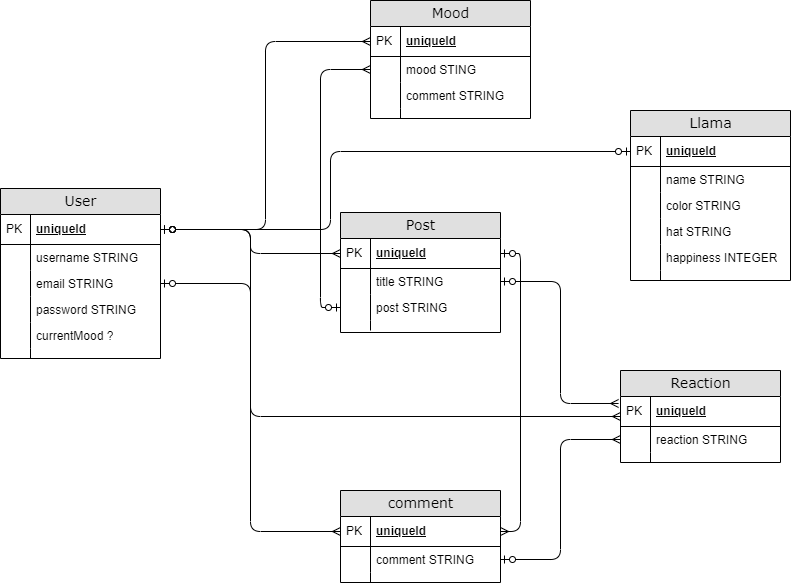
alexh3422/Anoma_Drama_Llama keeps this draw.io diagram as public/images/ERD.png. Above is the earlier version. Source tidied: cells renumbered, new cells last; positions are measured from the earlier drawing's top-left corner, leaving out a move shared by most shapes.
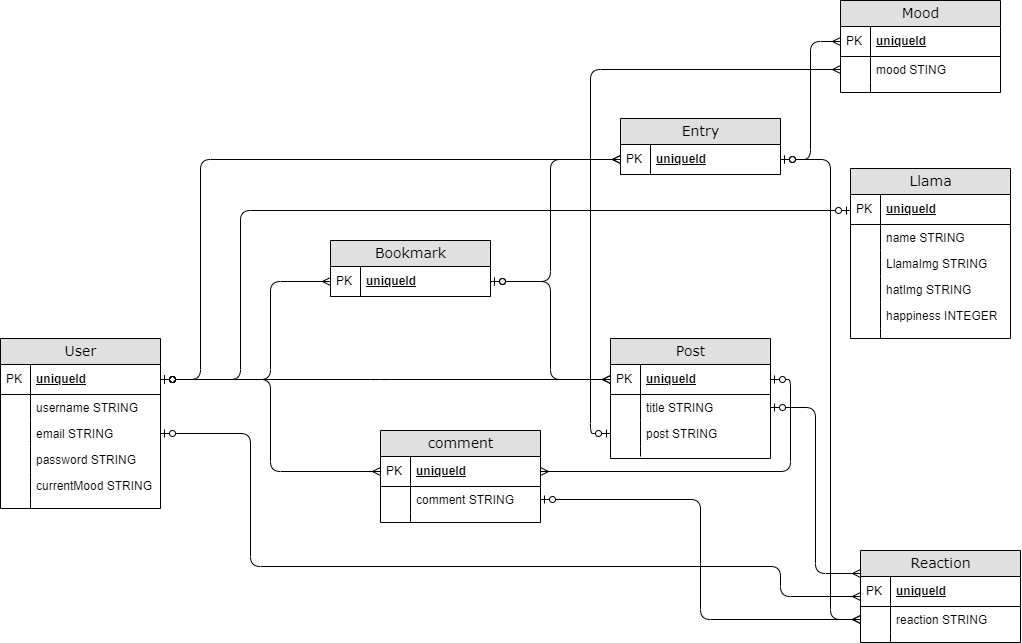
The same file after the commit.

What changed in the source:
```diff
@@ -3,7 +3,7 @@
     <mxCell id="0" />
     <mxCell id="1" parent="0" />
     <mxCell id="2" value="comment" style="swimlane;html=1;fontStyle=0;horizontal=1;startSize=26;fillColor=#e0e0e0;swimlaneFillColor=#ffffff;align=center;rounded=0;shadow=0;comic=0;labelBackgroundColor=none;strokeWidth=1;fontFamily=Verdana;fontSize=14;swimlaneLine=1;" parent="1" vertex="1">
-      <mxGeometry x="340" y="490" width="160" height="92" as="geometry" />
+      <mxGeometry x="380" y="280" width="160" height="92" as="geometry" />
     </mxCell>
     <mxCell id="3" value="uniqueId" style="shape=partialRectangle;top=0;left=0;right=0;bottom=1;html=1;align=left;verticalAlign=middle;fillColor=none;spacingLeft=34;spacingRight=4;whiteSpace=wrap;overflow=hidden;points=[[0,0.5],[1,0.5]];portConstraint=eastwest;fontStyle=5;" parent="2" vertex="1">
       <mxGeometry y="26" width="160" height="30" as="geometry" />
@@ -24,7 +24,7 @@
       <mxGeometry width="30" height="10" as="geometry" />
     </mxCell>
     <mxCell id="9" value="Post" style="swimlane;html=1;fontStyle=0;horizontal=1;startSize=26;fillColor=#e0e0e0;swimlaneFillColor=#ffffff;align=center;rounded=0;shadow=0;comic=0;labelBackgroundColor=none;strokeWidth=1;fontFamily=Verdana;fontSize=14;" parent="1" vertex="1">
-      <mxGeometry x="340" y="212" width="160" height="120" as="geometry" />
+      <mxGeometry x="610" y="188" width="160" height="120" as="geometry" />
     </mxCell>
     <mxCell id="10" value="uniqueId" style="shape=partialRectangle;top=0;left=0;right=0;bottom=1;html=1;align=left;verticalAlign=middle;fillColor=none;spacingLeft=34;spacingRight=4;whiteSpace=wrap;overflow=hidden;points=[[0,0.5],[1,0.5]];portConstraint=eastwest;fontStyle=5;" parent="9" vertex="1">
       <mxGeometry y="26" width="160" height="30" as="geometry" />
@@ -51,7 +51,7 @@
       <mxGeometry width="30" height="10" as="geometry" />
     </mxCell>
     <mxCell id="18" value="Mood" style="swimlane;html=1;fontStyle=0;horizontal=1;startSize=26;fillColor=#e0e0e0;swimlaneFillColor=#ffffff;align=center;rounded=0;shadow=0;comic=0;labelBackgroundColor=none;strokeWidth=1;fontFamily=Verdana;fontSize=14;" parent="1" vertex="1">
-      <mxGeometry x="370" width="160" height="118" as="geometry" />
+      <mxGeometry x="840" y="-150" width="160" height="92" as="geometry" />
     </mxCell>
     <mxCell id="19" value="uniqueId" style="shape=partialRectangle;top=0;left=0;right=0;bottom=1;html=1;align=left;verticalAlign=middle;fillColor=none;spacingLeft=34;spacingRight=4;whiteSpace=wrap;overflow=hidden;points=[[0,0.5],[1,0.5]];portConstraint=eastwest;fontStyle=5;" parent="18" vertex="1">
       <mxGeometry y="26" width="160" height="30" as="geometry" />
@@ -65,14 +65,8 @@
     <mxCell id="22" style="shape=partialRectangle;top=0;left=0;bottom=0;html=1;fillColor=none;align=left;verticalAlign=top;spacingLeft=4;spacingRight=4;whiteSpace=wrap;overflow=hidden;" parent="21" vertex="1">
       <mxGeometry width="30" height="26" as="geometry" />
     </mxCell>
-    <mxCell id="23" value="comment STRING&amp;nbsp;" style="shape=partialRectangle;top=0;left=0;right=0;bottom=0;html=1;align=left;verticalAlign=top;fillColor=none;spacingLeft=34;spacingRight=4;whiteSpace=wrap;overflow=hidden;" parent="18" vertex="1">
-      <mxGeometry y="82" width="160" height="26" as="geometry" />
-    </mxCell>
-    <mxCell id="24" style="shape=partialRectangle;top=0;left=0;bottom=0;html=1;fillColor=none;align=left;verticalAlign=top;spacingLeft=4;spacingRight=4;whiteSpace=wrap;overflow=hidden;" parent="23" vertex="1">
-      <mxGeometry width="30" height="26" as="geometry" />
-    </mxCell>
     <mxCell id="25" style="shape=partialRectangle;top=0;left=0;right=0;bottom=0;html=1;align=left;verticalAlign=top;fillColor=none;spacingLeft=34;spacingRight=4;whiteSpace=wrap;overflow=hidden;" parent="18" vertex="1">
-      <mxGeometry y="108" width="160" height="10" as="geometry" />
+      <mxGeometry y="82" width="160" height="10" as="geometry" />
     </mxCell>
     <mxCell id="26" style="shape=partialRectangle;top=0;left=0;bottom=0;html=1;fillColor=none;align=left;verticalAlign=top;spacingLeft=4;spacingRight=4;whiteSpace=wrap;overflow=hidden;" parent="25" vertex="1">
       <mxGeometry width="30" height="10" as="geometry" />
@@ -104,7 +98,7 @@
     <mxCell id="35" style="shape=partialRectangle;top=0;left=0;bottom=0;html=1;fillColor=none;align=left;verticalAlign=top;spacingLeft=4;spacingRight=4;whiteSpace=wrap;overflow=hidden;" parent="34" vertex="1">
       <mxGeometry width="30" height="26" as="geometry" />
     </mxCell>
-    <mxCell id="36" value="currentMood ?" style="shape=partialRectangle;top=0;left=0;right=0;bottom=0;html=1;align=left;verticalAlign=top;fillColor=none;spacingLeft=34;spacingRight=4;whiteSpace=wrap;overflow=hidden;" parent="27" vertex="1">
+    <mxCell id="36" value="currentMood STRING" style="shape=partialRectangle;top=0;left=0;right=0;bottom=0;html=1;align=left;verticalAlign=top;fillColor=none;spacingLeft=34;spacingRight=4;whiteSpace=wrap;overflow=hidden;" parent="27" vertex="1">
       <mxGeometry y="134" width="160" height="26" as="geometry" />
     </mxCell>
     <mxCell id="37" style="shape=partialRectangle;top=0;left=0;bottom=0;html=1;fillColor=none;align=left;verticalAlign=top;spacingLeft=4;spacingRight=4;whiteSpace=wrap;overflow=hidden;" parent="36" vertex="1">
@@ -117,7 +111,7 @@
       <mxGeometry width="30" height="10" as="geometry" />
     </mxCell>
     <mxCell id="40" value="Reaction" style="swimlane;html=1;fontStyle=0;horizontal=1;startSize=26;fillColor=#e0e0e0;swimlaneFillColor=#ffffff;align=center;rounded=0;shadow=0;comic=0;labelBackgroundColor=none;strokeWidth=1;fontFamily=Verdana;fontSize=14;swimlaneLine=1;" parent="1" vertex="1">
-      <mxGeometry x="620" y="370" width="160" height="92" as="geometry" />
+      <mxGeometry x="860" y="400" width="160" height="92" as="geometry" />
     </mxCell>
     <mxCell id="41" value="uniqueId" style="shape=partialRectangle;top=0;left=0;right=0;bottom=1;html=1;align=left;verticalAlign=middle;fillColor=none;spacingLeft=34;spacingRight=4;whiteSpace=wrap;overflow=hidden;points=[[0,0.5],[1,0.5]];portConstraint=eastwest;fontStyle=5;" parent="40" vertex="1">
       <mxGeometry y="26" width="160" height="30" as="geometry" />
@@ -138,7 +132,12 @@
       <mxGeometry width="30" height="10" as="geometry" />
     </mxCell>
     <mxCell id="47" style="edgeStyle=orthogonalEdgeStyle;jettySize=auto;html=1;exitX=1;exitY=0.5;exitDx=0;exitDy=0;entryX=0;entryY=0.5;entryDx=0;entryDy=0;startArrow=ERzeroToOne;startFill=0;endArrow=ERmany;endFill=0;rounded=1;" parent="1" edge="1" source="28" target="10">
-      <mxGeometry relative="1" as="geometry" />
+      <mxGeometry relative="1" as="geometry">
+        <Array as="points">
+          <mxPoint x="380" y="229" />
+          <mxPoint x="380" y="229" />
+        </Array>
+      </mxGeometry>
     </mxCell>
     <mxCell id="48" style="edgeStyle=orthogonalEdgeStyle;rounded=1;jettySize=auto;html=1;exitX=1;exitY=0.5;exitDx=0;exitDy=0;entryX=0;entryY=0.5;entryDx=0;entryDy=0;startArrow=ERzeroToOne;startFill=0;endArrow=ERmany;endFill=0;" parent="1" edge="1" source="28" target="3">
       <mxGeometry relative="1" as="geometry" />
@@ -146,25 +145,32 @@
     <mxCell id="49" style="edgeStyle=orthogonalEdgeStyle;rounded=1;jettySize=auto;html=1;exitX=1;exitY=0.5;exitDx=0;exitDy=0;entryX=1;entryY=0.5;entryDx=0;entryDy=0;startArrow=ERzeroToOne;startFill=0;endArrow=ERmany;endFill=0;" parent="1" edge="1" source="10" target="3">
       <mxGeometry relative="1" as="geometry" />
     </mxCell>
-    <mxCell id="50" style="edgeStyle=orthogonalEdgeStyle;rounded=1;jettySize=auto;html=1;exitX=1;exitY=0.5;exitDx=0;exitDy=0;entryX=0;entryY=0.5;entryDx=0;entryDy=0;startArrow=ERzeroToOne;startFill=0;endArrow=ERmany;endFill=0;" parent="1" edge="1" source="28" target="19">
-      <mxGeometry relative="1" as="geometry" />
+    <mxCell id="50" style="edgeStyle=orthogonalEdgeStyle;rounded=1;jettySize=auto;html=1;exitX=1;exitY=0.5;exitDx=0;exitDy=0;entryX=0;entryY=0.5;entryDx=0;entryDy=0;startArrow=ERzeroToOne;startFill=0;endArrow=ERmany;endFill=0;" parent="1" edge="1" source="28" target="70">
+      <mxGeometry relative="1" as="geometry">
+        <Array as="points">
+          <mxPoint x="200" y="229" />
+          <mxPoint x="200" y="9" />
+        </Array>
+      </mxGeometry>
     </mxCell>
     <mxCell id="51" style="edgeStyle=orthogonalEdgeStyle;rounded=1;jettySize=auto;html=1;exitX=1;exitY=0.5;exitDx=0;exitDy=0;entryX=0;entryY=0.5;entryDx=0;entryDy=0;startArrow=ERzeroToOne;startFill=0;endArrow=ERmany;endFill=0;" parent="1" edge="1" source="32" target="40">
       <mxGeometry relative="1" as="geometry">
         <Array as="points">
           <mxPoint x="250" y="283" />
           <mxPoint x="250" y="416" />
+          <mxPoint x="780" y="416" />
+          <mxPoint x="780" y="446" />
         </Array>
       </mxGeometry>
     </mxCell>
     <mxCell id="52" style="edgeStyle=orthogonalEdgeStyle;rounded=1;jettySize=auto;html=1;exitX=1;exitY=0.5;exitDx=0;exitDy=0;entryX=0;entryY=0.5;entryDx=0;entryDy=0;startArrow=ERzeroToOne;startFill=0;endArrow=ERmany;endFill=0;" parent="1" edge="1" source="5" target="43">
       <mxGeometry relative="1" as="geometry" />
     </mxCell>
-    <mxCell id="53" style="edgeStyle=orthogonalEdgeStyle;rounded=1;jettySize=auto;html=1;exitX=1;exitY=0.5;exitDx=0;exitDy=0;entryX=-0.012;entryY=0.233;entryDx=0;entryDy=0;entryPerimeter=0;startArrow=ERzeroToOne;startFill=0;endArrow=ERmany;endFill=0;" parent="1" edge="1" source="12" target="41">
+    <mxCell id="53" style="edgeStyle=orthogonalEdgeStyle;rounded=1;jettySize=auto;html=1;exitX=1;exitY=0.5;exitDx=0;exitDy=0;entryX=0;entryY=0.25;entryDx=0;entryDy=0;startArrow=ERzeroToOne;startFill=0;endArrow=ERmany;endFill=0;" parent="1" edge="1" source="12" target="40">
       <mxGeometry relative="1" as="geometry" />
     </mxCell>
     <mxCell id="54" value="Llama" style="swimlane;html=1;fontStyle=0;horizontal=1;startSize=26;fillColor=#e0e0e0;swimlaneFillColor=#ffffff;align=center;rounded=0;shadow=0;comic=0;labelBackgroundColor=none;strokeWidth=1;fontFamily=Verdana;fontSize=14;" parent="1" vertex="1">
-      <mxGeometry x="630" y="110" width="160" height="170" as="geometry" />
+      <mxGeometry x="850" y="18" width="160" height="170" as="geometry" />
     </mxCell>
     <mxCell id="55" value="uniqueId" style="shape=partialRectangle;top=0;left=0;right=0;bottom=1;html=1;align=left;verticalAlign=middle;fillColor=none;spacingLeft=34;spacingRight=4;whiteSpace=wrap;overflow=hidden;points=[[0,0.5],[1,0.5]];portConstraint=eastwest;fontStyle=5;" parent="54" vertex="1">
       <mxGeometry y="26" width="160" height="30" as="geometry" />
@@ -178,13 +184,13 @@
     <mxCell id="58" style="shape=partialRectangle;top=0;left=0;bottom=0;html=1;fillColor=none;align=left;verticalAlign=top;spacingLeft=4;spacingRight=4;whiteSpace=wrap;overflow=hidden;" parent="57" vertex="1">
       <mxGeometry width="30" height="26" as="geometry" />
     </mxCell>
-    <mxCell id="59" value="color STRING" style="shape=partialRectangle;top=0;left=0;right=0;bottom=0;html=1;align=left;verticalAlign=top;fillColor=none;spacingLeft=34;spacingRight=4;whiteSpace=wrap;overflow=hidden;" parent="54" vertex="1">
+    <mxCell id="59" value="LlamaImg STRING" style="shape=partialRectangle;top=0;left=0;right=0;bottom=0;html=1;align=left;verticalAlign=top;fillColor=none;spacingLeft=34;spacingRight=4;whiteSpace=wrap;overflow=hidden;" parent="54" vertex="1">
       <mxGeometry y="82" width="160" height="26" as="geometry" />
     </mxCell>
     <mxCell id="60" style="shape=partialRectangle;top=0;left=0;bottom=0;html=1;fillColor=none;align=left;verticalAlign=top;spacingLeft=4;spacingRight=4;whiteSpace=wrap;overflow=hidden;" parent="59" vertex="1">
       <mxGeometry width="30" height="26" as="geometry" />
     </mxCell>
-    <mxCell id="61" value="hat STRING" style="shape=partialRectangle;top=0;left=0;right=0;bottom=0;html=1;align=left;verticalAlign=top;fillColor=none;spacingLeft=34;spacingRight=4;whiteSpace=wrap;overflow=hidden;" parent="54" vertex="1">
+    <mxCell id="61" value="hatImg STRING" style="shape=partialRectangle;top=0;left=0;right=0;bottom=0;html=1;align=left;verticalAlign=top;fillColor=none;spacingLeft=34;spacingRight=4;whiteSpace=wrap;overflow=hidden;" parent="54" vertex="1">
       <mxGeometry y="108" width="160" height="26" as="geometry" />
     </mxCell>
     <mxCell id="62" style="shape=partialRectangle;top=0;left=0;bottom=0;html=1;fillColor=none;align=left;verticalAlign=top;spacingLeft=4;spacingRight=4;whiteSpace=wrap;overflow=hidden;" parent="61" vertex="1">
@@ -205,13 +211,66 @@
     <mxCell id="67" style="edgeStyle=orthogonalEdgeStyle;rounded=1;jettySize=auto;html=1;exitX=1;exitY=0.5;exitDx=0;exitDy=0;startArrow=ERzeroToOne;startFill=0;endArrow=ERzeroToOne;endFill=0;" parent="1" edge="1" source="28" target="55">
       <mxGeometry relative="1" as="geometry">
         <Array as="points">
-          <mxPoint x="330" y="229" />
-          <mxPoint x="330" y="151" />
+          <mxPoint x="240" y="229" />
+          <mxPoint x="240" y="60" />
         </Array>
       </mxGeometry>
     </mxCell>
     <mxCell id="68" style="edgeStyle=orthogonalEdgeStyle;rounded=1;jettySize=auto;html=1;exitX=0;exitY=0.5;exitDx=0;exitDy=0;entryX=0;entryY=0.5;entryDx=0;entryDy=0;startArrow=ERmany;startFill=0;endArrow=ERzeroToOne;endFill=0;" parent="1" edge="1" source="21" target="14">
       <mxGeometry relative="1" as="geometry" />
     </mxCell>
+    <mxCell id="69" value="Entry" style="swimlane;html=1;fontStyle=0;horizontal=1;startSize=26;fillColor=#e0e0e0;swimlaneFillColor=#ffffff;align=center;rounded=0;shadow=0;comic=0;labelBackgroundColor=none;strokeWidth=1;fontFamily=Verdana;fontSize=14;" parent="1" vertex="1">
+      <mxGeometry x="620" y="-32" width="160" height="56" as="geometry" />
+    </mxCell>
+    <mxCell id="70" value="uniqueId" style="shape=partialRectangle;top=0;left=0;right=0;bottom=1;html=1;align=left;verticalAlign=middle;fillColor=none;spacingLeft=34;spacingRight=4;whiteSpace=wrap;overflow=hidden;points=[[0,0.5],[1,0.5]];portConstraint=eastwest;fontStyle=5;" parent="69" vertex="1">
+      <mxGeometry y="26" width="160" height="30" as="geometry" />
+    </mxCell>
+    <mxCell id="71" value="PK" style="shape=partialRectangle;top=0;left=0;bottom=0;html=1;fillColor=none;align=left;verticalAlign=middle;spacingLeft=4;spacingRight=4;whiteSpace=wrap;overflow=hidden;" parent="70" vertex="1">
+      <mxGeometry width="30" height="30" as="geometry" />
+    </mxCell>
+    <mxCell id="72" style="edgeStyle=orthogonalEdgeStyle;rounded=1;jettySize=auto;html=1;exitX=1;exitY=0.5;exitDx=0;exitDy=0;entryX=0;entryY=0.5;entryDx=0;entryDy=0;startArrow=ERzeroToOne;startFill=0;endArrow=ERmany;endFill=0;" parent="1" edge="1" source="70" target="19">
+      <mxGeometry relative="1" as="geometry" />
+    </mxCell>
+    <mxCell id="73" value="Bookmark" style="swimlane;html=1;fontStyle=0;horizontal=1;startSize=26;fillColor=#e0e0e0;swimlaneFillColor=#ffffff;align=center;rounded=0;shadow=0;comic=0;labelBackgroundColor=none;strokeWidth=1;fontFamily=Verdana;fontSize=14;" parent="1" vertex="1">
+      <mxGeometry x="330" y="90" width="160" height="56" as="geometry" />
+    </mxCell>
+    <mxCell id="74" value="uniqueId" style="shape=partialRectangle;top=0;left=0;right=0;bottom=1;html=1;align=left;verticalAlign=middle;fillColor=none;spacingLeft=34;spacingRight=4;whiteSpace=wrap;overflow=hidden;points=[[0,0.5],[1,0.5]];portConstraint=eastwest;fontStyle=5;" parent="73" vertex="1">
+      <mxGeometry y="26" width="160" height="30" as="geometry" />
+    </mxCell>
+    <mxCell id="75" value="PK" style="shape=partialRectangle;top=0;left=0;bottom=0;html=1;fillColor=none;align=left;verticalAlign=middle;spacingLeft=4;spacingRight=4;whiteSpace=wrap;overflow=hidden;" parent="74" vertex="1">
+      <mxGeometry width="30" height="30" as="geometry" />
+    </mxCell>
+    <mxCell id="76" style="edgeStyle=orthogonalEdgeStyle;rounded=1;jettySize=auto;html=1;exitX=1;exitY=0.5;exitDx=0;exitDy=0;entryX=0;entryY=0.5;entryDx=0;entryDy=0;startArrow=ERzeroToOne;startFill=0;endArrow=ERmany;endFill=0;" parent="1" edge="1" source="28" target="74">
+      <mxGeometry relative="1" as="geometry">
+        <Array as="points">
+          <mxPoint x="270" y="229" />
+          <mxPoint x="270" y="131" />
+        </Array>
+      </mxGeometry>
+    </mxCell>
+    <mxCell id="77" style="edgeStyle=orthogonalEdgeStyle;rounded=1;jettySize=auto;html=1;exitX=1;exitY=0.5;exitDx=0;exitDy=0;startArrow=ERzeroToOne;startFill=0;endArrow=ERmany;endFill=0;" parent="1" edge="1" source="74" target="10">
+      <mxGeometry relative="1" as="geometry">
+        <Array as="points">
+          <mxPoint x="550" y="131" />
+          <mxPoint x="550" y="229" />
+        </Array>
+      </mxGeometry>
+    </mxCell>
+    <mxCell id="78" style="edgeStyle=orthogonalEdgeStyle;rounded=1;jettySize=auto;html=1;exitX=1;exitY=0.5;exitDx=0;exitDy=0;startArrow=ERzeroToOne;startFill=0;endArrow=ERmany;endFill=0;entryX=0;entryY=0.5;entryDx=0;entryDy=0;" parent="1" edge="1" source="74" target="70">
+      <mxGeometry relative="1" as="geometry">
+        <Array as="points">
+          <mxPoint x="550" y="131" />
+          <mxPoint x="550" y="9" />
+        </Array>
+      </mxGeometry>
+    </mxCell>
+    <mxCell id="79" style="edgeStyle=orthogonalEdgeStyle;rounded=1;jettySize=auto;html=1;exitX=1;exitY=0.5;exitDx=0;exitDy=0;startArrow=ERzeroToOne;startFill=0;endArrow=ERmany;endFill=0;" parent="1" edge="1" source="70" target="43">
+      <mxGeometry relative="1" as="geometry">
+        <Array as="points">
+          <mxPoint x="830" y="9" />
+          <mxPoint x="830" y="469" />
+        </Array>
+      </mxGeometry>
+    </mxCell>
   </root>
 </mxGraphModel>
```
